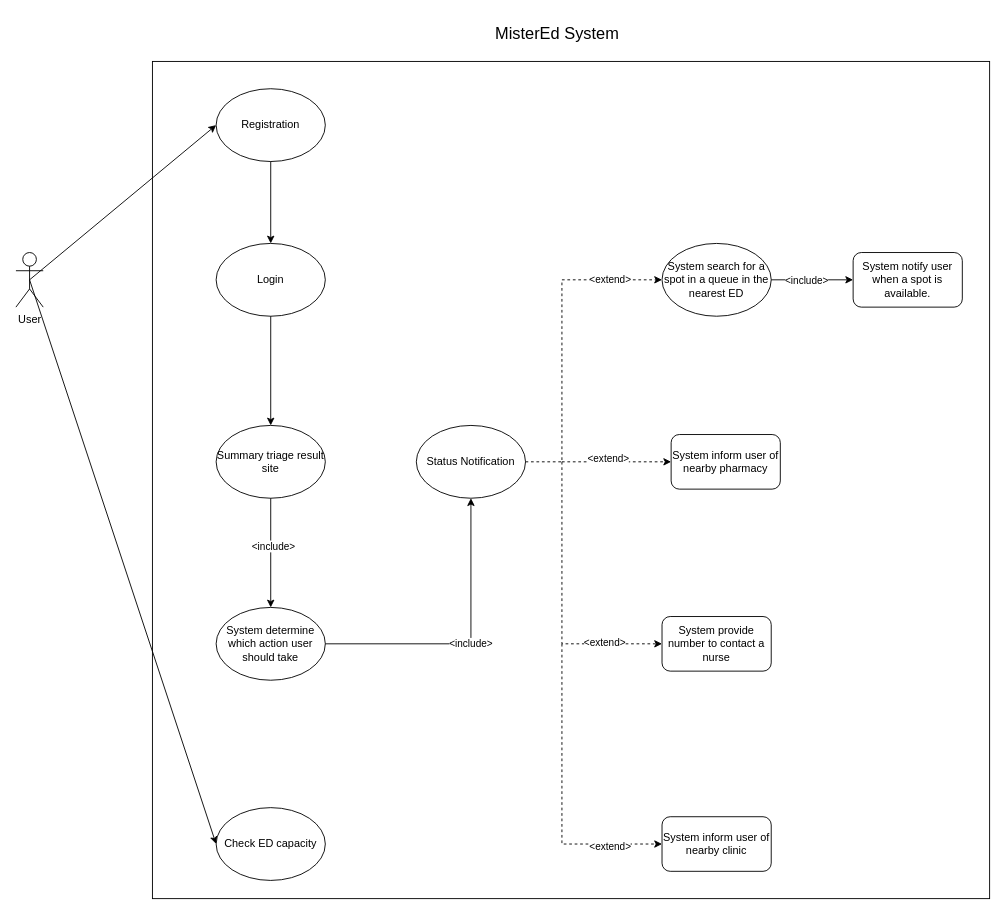
This is UseCase-Dhuruvan.drawio from uvic-teach/project-m1-team8, a draw.io file, before an edit. Source tidied: cells renumbered, new cells numbered last; positions are measured from the earlier drawing's top-left corner, leaving out a move shared by most shapes. Both pictures are drawn from the tidied source at 91%, with x=0, y=0 at pixel (15, 15).
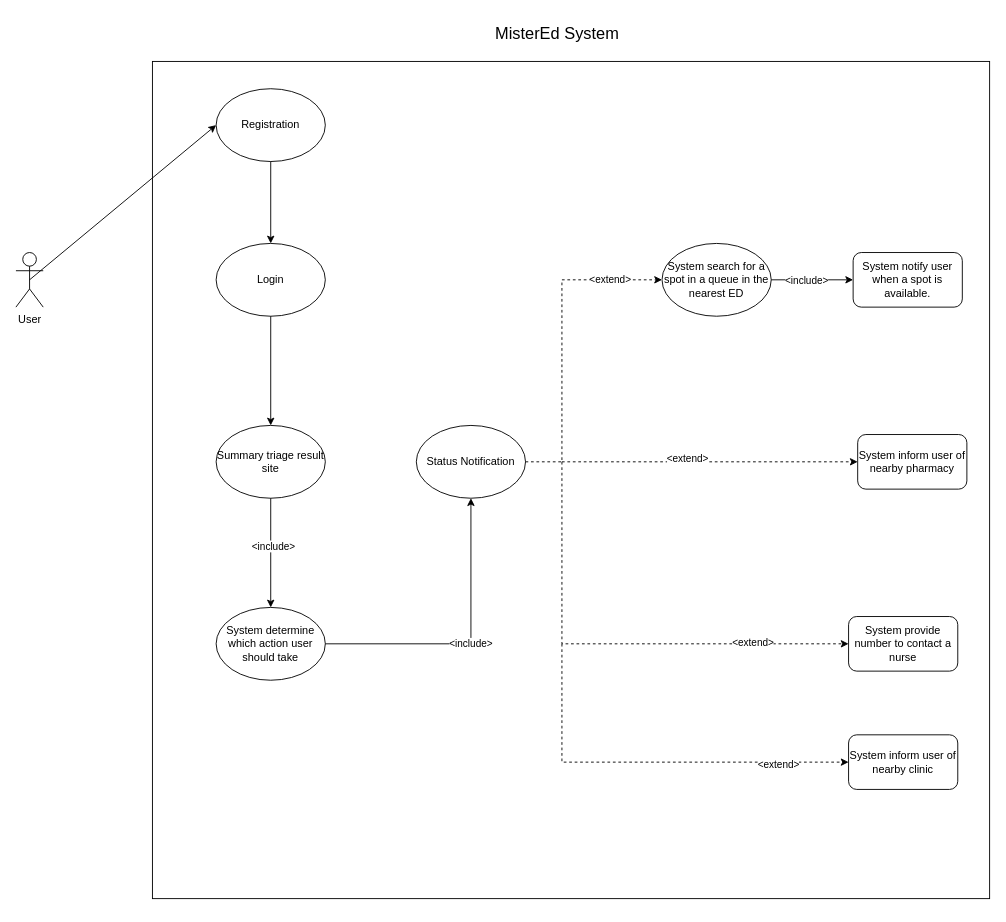
Above is the later version.

Unchanged cells that the change refers to:
```xml
<mxCell id="3" value="User" style="shape=umlActor;verticalLabelPosition=bottom;verticalAlign=top;html=1;outlineConnect=0;" parent="1" vertex="1">
  <mxGeometry y="260" width="30" height="60" as="geometry" />
</mxCell>
```

Change to the diagram source:
```diff
@@
-    <mxCell id="5" style="endArrow=classic;html=1;rounded=0;entryX=0;entryY=0.5;entryDx=0;entryDy=0;exitX=0.5;exitY=0.5;exitDx=0;exitDy=0;exitPerimeter=0;" parent="1" edge="1" source="3" target="9">
-      <mxGeometry relative="1" as="geometry" />
-    </mxCell>
@@
-    <mxCell id="9" value="Check ED capacity" style="ellipse;whiteSpace=wrap;html=1;" parent="1" vertex="1">
-      <mxGeometry x="220" y="870" width="120" height="80" as="geometry" />
-    </mxCell>
@@
     <mxCell id="14" value="System inform user of nearby pharmacy" style="rounded=1;whiteSpace=wrap;html=1;" parent="1" vertex="1">
-      <mxGeometry x="720" y="460" width="120" height="60" as="geometry" />
+      <mxGeometry x="925" y="460" width="120" height="60" as="geometry" />
     </mxCell>
     <mxCell id="15" value="System provide number to contact a nurse" style="rounded=1;whiteSpace=wrap;html=1;" parent="1" vertex="1">
-      <mxGeometry x="710" y="660" width="120" height="60" as="geometry" />
+      <mxGeometry x="915" y="660" width="120" height="60" as="geometry" />
     </mxCell>
     <mxCell id="16" value="System inform user of nearby clinic" style="rounded=1;whiteSpace=wrap;html=1;" parent="1" vertex="1">
-      <mxGeometry x="710" y="880" width="120" height="60" as="geometry" />
+      <mxGeometry x="915" y="790" width="120" height="60" as="geometry" />
     </mxCell>
@@
     <mxCell id="31" style="endArrow=classic;html=1;rounded=0;entryX=0;entryY=0.5;entryDx=0;entryDy=0;dashed=1;" parent="1" edge="1" target="16">
       <mxGeometry relative="1" as="geometry">
         <mxPoint x="600" y="690" as="sourcePoint" />
         <Array as="points">
-          <mxPoint x="600" y="910" />
+          <mxPoint x="600" y="820" />
         </Array>
       </mxGeometry>
     </mxCell>
```
